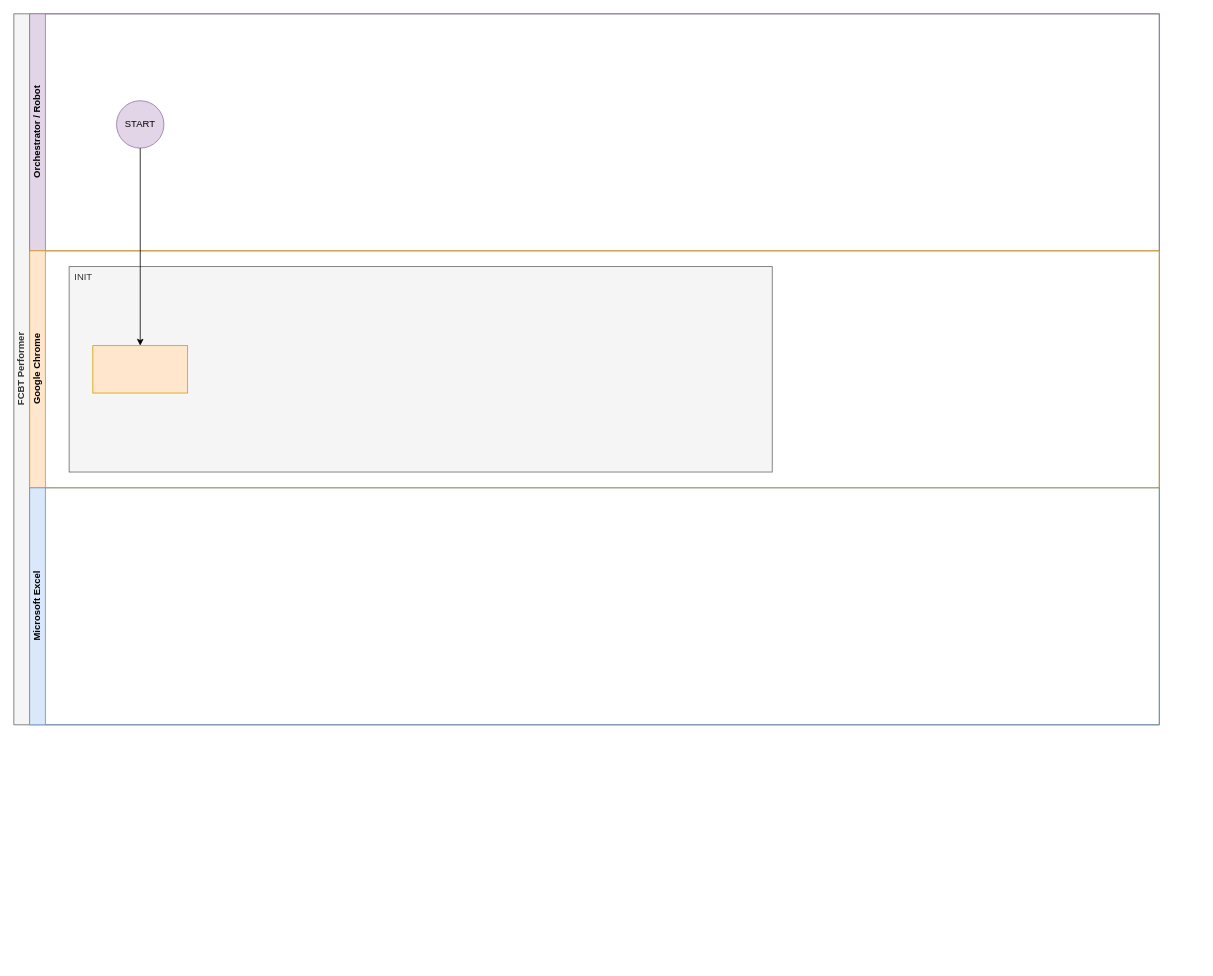
Before: FCBT Performer SDD.drawio in mattuptonFCTG/diagrams, a draw.io diagram. Source tidied: cells renumbered, new cells numbered last; positions are measured from the earlier drawing's top-left corner, leaving out a move shared by most shapes. Both pictures are drawn from the tidied source at 79%, with x=0, y=0 at pixel (13, 13).
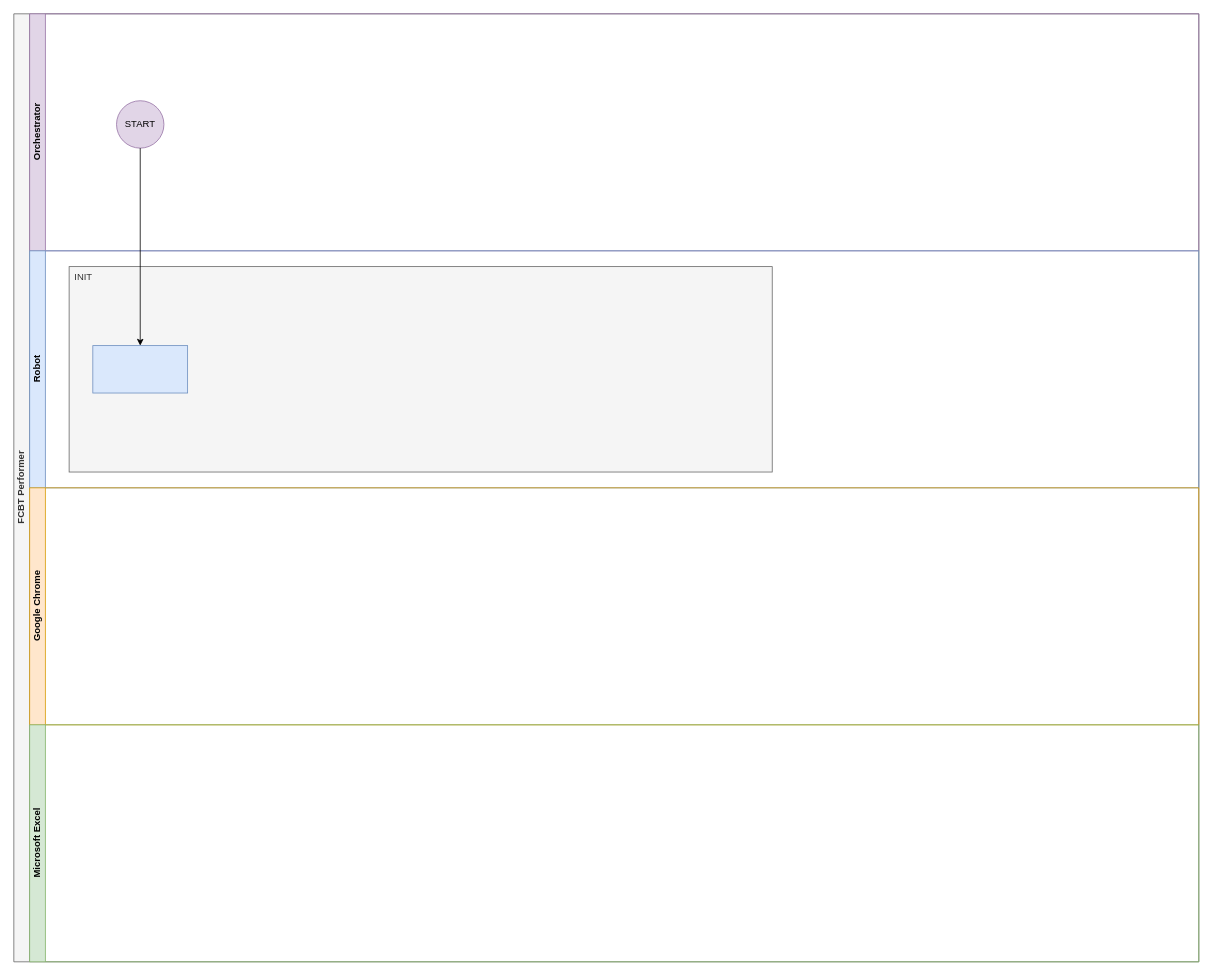
Above is the later version.

Diff of the diagram source:
```diff
@@
 <mxGraphModel>
   <root>
     <mxCell id="0" />
     <mxCell id="1" parent="0" />
     <mxCell id="2" value="FCBT Performer" style="swimlane;html=1;horizontal=0;startSize=20;fillColor=#f5f5f5;strokeColor=#666666;fontColor=#333333;" parent="1" vertex="1">
-      <mxGeometry width="1450" height="900" as="geometry" />
+      <mxGeometry width="1500" height="1200" as="geometry" />
     </mxCell>
-    <mxCell id="3" value="Orchestrator / Robot" style="swimlane;html=1;startSize=20;horizontal=0;fillColor=#e1d5e7;strokeColor=#9673a6;" parent="2" vertex="1">
-      <mxGeometry x="20" width="1430" height="300" as="geometry" />
+    <mxCell id="3" value="Orchestrator" style="swimlane;html=1;startSize=20;horizontal=0;fillColor=#e1d5e7;strokeColor=#9673a6;" parent="2" vertex="1">
+      <mxGeometry x="20" width="1480" height="300" as="geometry" />
     </mxCell>
     <mxCell id="4" value="START" style="ellipse;whiteSpace=wrap;html=1;fillColor=#e1d5e7;strokeColor=#9673a6;" parent="3" vertex="1">
       <mxGeometry x="110" y="110" width="60" height="60" as="geometry" />
     </mxCell>
-    <mxCell id="5" value="Google Chrome" style="swimlane;html=1;startSize=20;horizontal=0;fillColor=#ffe6cc;strokeColor=#d79b00;" parent="2" vertex="1">
-      <mxGeometry x="20" y="300" width="1430" height="300" as="geometry" />
-    </mxCell>
+    <mxCell id="10" value="Robot" style="swimlane;html=1;startSize=20;horizontal=0;fillColor=#dae8fc;strokeColor=#6c8ebf;" parent="2" vertex="1">
+      <mxGeometry x="20" y="300" width="1480" height="300" as="geometry" />
+    </mxCell>
-    <mxCell id="6" value="INIT" style="rounded=0;whiteSpace=wrap;html=1;fillColor=#f5f5f5;fontColor=#333333;strokeColor=#666666;align=left;verticalAlign=top;labelPosition=center;verticalLabelPosition=middle;spacingLeft=5;" parent="5" vertex="1">
+    <mxCell id="6" value="INIT" style="rounded=0;whiteSpace=wrap;html=1;fillColor=#f5f5f5;fontColor=#333333;strokeColor=#666666;align=left;verticalAlign=top;labelPosition=center;verticalLabelPosition=middle;spacingLeft=5;" parent="10" vertex="1">
       <mxGeometry x="50" y="20" width="890" height="260" as="geometry" />
     </mxCell>
-    <mxCell id="7" style="whiteSpace=wrap;html=1;fillColor=#ffe6cc;strokeColor=#d79b00;" parent="5" vertex="1">
+    <mxCell id="7" style="whiteSpace=wrap;html=1;fillColor=#dae8fc;strokeColor=#6c8ebf;" parent="10" vertex="1">
       <mxGeometry x="80" y="120" width="120" height="60" as="geometry" />
     </mxCell>
+    <mxCell id="5" value="Google Chrome" style="swimlane;html=1;startSize=20;horizontal=0;fillColor=#ffe6cc;strokeColor=#d79b00;" parent="2" vertex="1">
+      <mxGeometry x="20" y="600" width="1480" height="300" as="geometry" />
+    </mxCell>
-    <mxCell id="8" value="Microsoft Excel" style="swimlane;html=1;startSize=20;horizontal=0;fillColor=#dae8fc;strokeColor=#6c8ebf;" parent="2" vertex="1">
-      <mxGeometry x="20" y="600" width="1430" height="300" as="geometry" />
+    <mxCell id="8" value="Microsoft Excel" style="swimlane;html=1;startSize=20;horizontal=0;fillColor=#d5e8d4;strokeColor=#82b366;" parent="2" vertex="1">
+      <mxGeometry x="20" y="900" width="1480" height="300" as="geometry" />
     </mxCell>
     <mxCell id="9" style="edgeStyle=orthogonalEdgeStyle;rounded=0;jettySize=auto;html=1;" parent="2" edge="1" source="4" target="7">
       <mxGeometry relative="1" as="geometry" />
     </mxCell>
   </root>
 </mxGraphModel>
```
